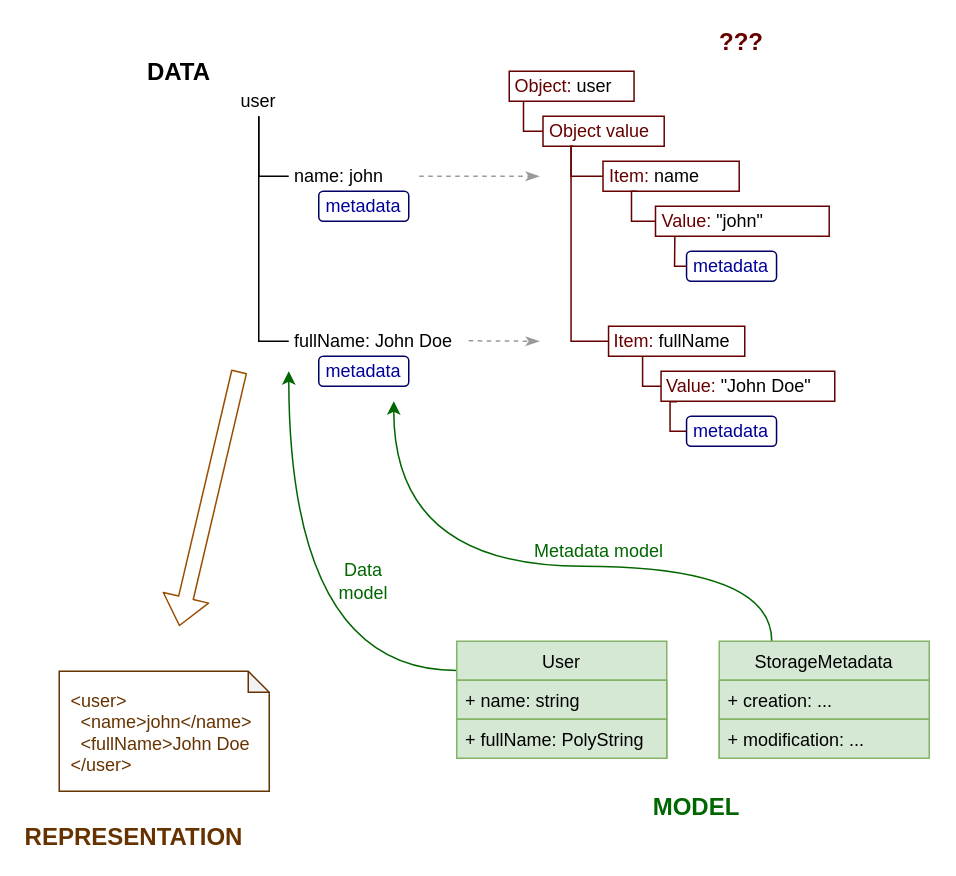
This is midpoint/midprivacy/phases/01-data-provenance-prototype/axiom/data-meta-concepts.drawio from Evolveum/docs, a draw.io file, before an edit. Source tidied: cells renumbered, new cells numbered last; positions are measured from the earlier drawing's top-left corner, leaving out a move shared by most shapes. Both pictures are drawn from the tidied source at 150%, with x=0, y=0 at pixel (58, 26).
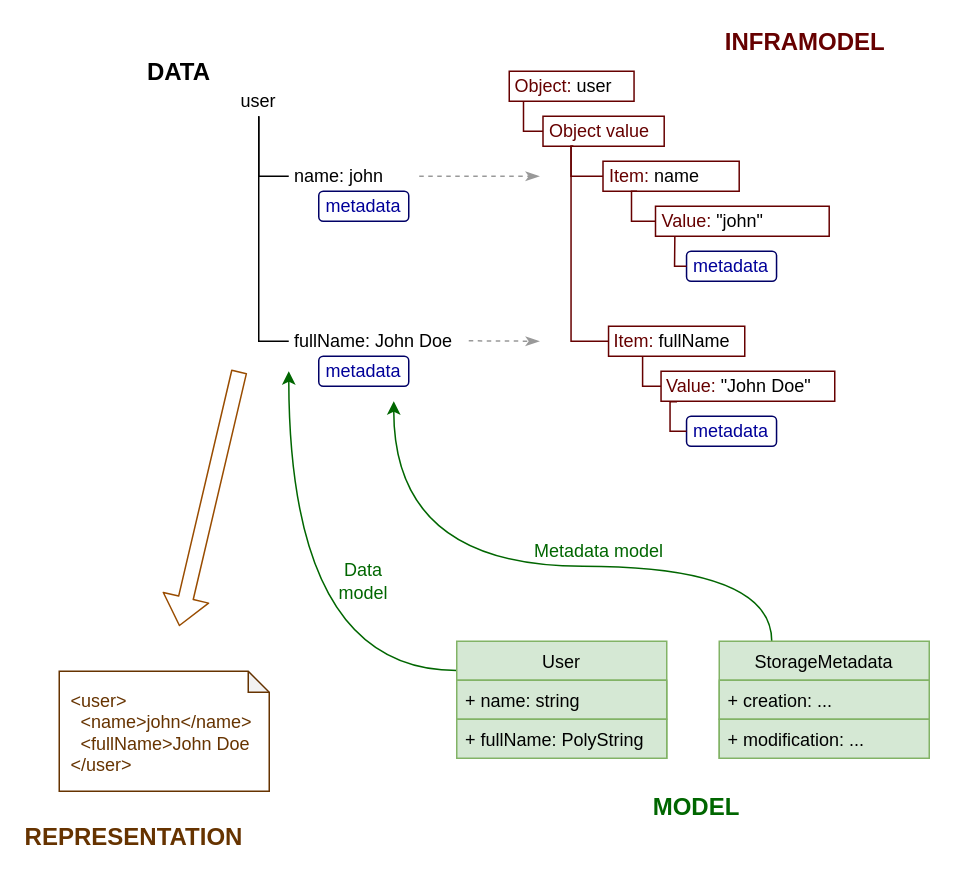
The same page after the edit.

The edit, as a diff of the source:
```diff
@@
-    <mxCell id="39" value="&lt;b&gt;&lt;font style=&quot;font-size: 16px&quot;&gt;???&lt;br&gt;&lt;/font&gt;&lt;/b&gt;" style="text;html=1;strokeColor=none;fillColor=none;align=center;verticalAlign=middle;whiteSpace=wrap;rounded=0;fontColor=#660000;" parent="1" vertex="1">
-      <mxGeometry x="435.4" width="40" height="20" as="geometry" />
+    <mxCell id="39" value="&lt;b&gt;&lt;font style=&quot;font-size: 16px&quot;&gt;INFRAMODEL&lt;br&gt;&lt;/font&gt;&lt;/b&gt;" style="text;html=1;strokeColor=none;fillColor=none;align=center;verticalAlign=middle;whiteSpace=wrap;rounded=0;fontColor=#660000;" parent="1" vertex="1">
+      <mxGeometry x="435.4" width="124.6" height="20" as="geometry" />
     </mxCell>
```
